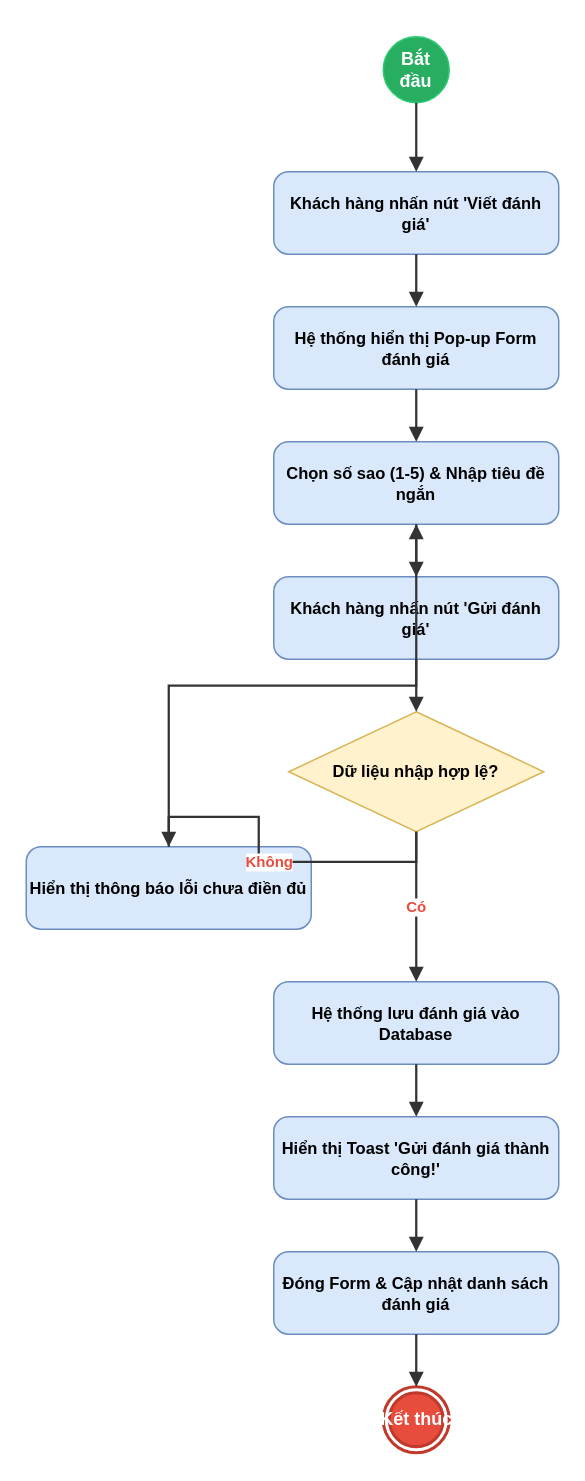
Earlier version of the draw.io diagram bt1.drawio (IT105-K25-Phan-tich-thi-t-k-h-th-ng/bt1ss14). Source tidied: cells renumbered, new cells numbered last; positions are measured from the earlier drawing's top-left corner, leaving out a move shared by most shapes. Both pictures are drawn from the tidied source at 150%, with x=0, y=0 at pixel (26, 36).
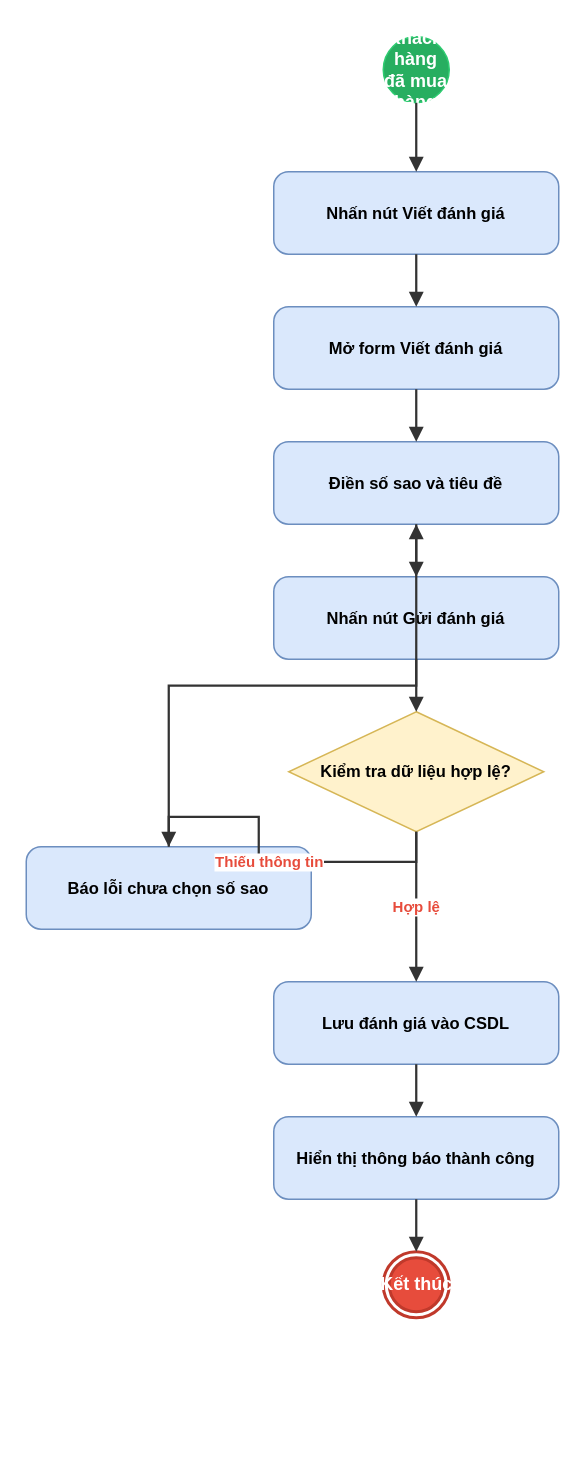
After the change.

What changed in the source:
```diff
@@
-    <mxCell id="2" value="Bắt đầu" style="ellipse;whiteSpace=wrap;html=1;fillColor=#27ae60;strokeColor=#2ecc71;fontColor=#ffffff;fontStyle=1;" parent="1" vertex="1">
+    <mxCell id="2" value="Khách hàng đã mua hàng" style="ellipse;whiteSpace=wrap;html=1;fillColor=#27ae60;strokeColor=#2ecc71;fontColor=#ffffff;fontStyle=1;" parent="1" vertex="1">
       <mxGeometry x="238" width="44" height="44" as="geometry" />
     </mxCell>
-    <mxCell id="3" value="Khách hàng nhấn nút 'Viết đánh giá'" style="rounded=1;whiteSpace=wrap;html=1;fillColor=#dae8fc;strokeColor=#6c8ebf;fontStyle=1;fontSize=11;arcSize=18;" parent="1" vertex="1">
-      <mxGeometry x="165" y="90" width="190" height="55" as="geometry" />
-    </mxCell>
-    <mxCell id="4" value="Hệ thống hiển thị Pop-up Form đánh giá" style="rounded=1;whiteSpace=wrap;html=1;fillColor=#dae8fc;strokeColor=#6c8ebf;fontStyle=1;fontSize=11;arcSize=18;" parent="1" vertex="1">
-      <mxGeometry x="165" y="180" width="190" height="55" as="geometry" />
-    </mxCell>
+    <mxCell id="24" value="Nhấn nút Viết đánh giá" style="rounded=1;whiteSpace=wrap;html=1;fillColor=#dae8fc;strokeColor=#6c8ebf;fontStyle=1;fontSize=11;arcSize=18;" parent="1" vertex="1">
+      <mxGeometry x="165" y="90" width="190" height="55" as="geometry" />
+    </mxCell>
+    <mxCell id="25" value="Mở form Viết đánh giá" style="rounded=1;whiteSpace=wrap;html=1;fillColor=#dae8fc;strokeColor=#6c8ebf;fontStyle=1;fontSize=11;arcSize=18;" parent="1" vertex="1">
+      <mxGeometry x="165" y="180" width="190" height="55" as="geometry" />
+    </mxCell>
-    <mxCell id="5" value="Chọn số sao (1-5) &amp; Nhập tiêu đề ngắn" style="rounded=1;whiteSpace=wrap;html=1;fillColor=#dae8fc;strokeColor=#6c8ebf;fontStyle=1;fontSize=11;arcSize=18;" parent="1" vertex="1">
+    <mxCell id="5" value="Điền số sao và tiêu đề" style="rounded=1;whiteSpace=wrap;html=1;fillColor=#dae8fc;strokeColor=#6c8ebf;fontStyle=1;fontSize=11;arcSize=18;" parent="1" vertex="1">
       <mxGeometry x="165" y="270" width="190" height="55" as="geometry" />
     </mxCell>
-    <mxCell id="6" value="Khách hàng nhấn nút 'Gửi đánh giá'" style="rounded=1;whiteSpace=wrap;html=1;fillColor=#dae8fc;strokeColor=#6c8ebf;fontStyle=1;fontSize=11;arcSize=18;" parent="1" vertex="1">
+    <mxCell id="6" value="Nhấn nút Gửi đánh giá" style="rounded=1;whiteSpace=wrap;html=1;fillColor=#dae8fc;strokeColor=#6c8ebf;fontStyle=1;fontSize=11;arcSize=18;" parent="1" vertex="1">
       <mxGeometry x="165" y="360" width="190" height="55" as="geometry" />
     </mxCell>
-    <mxCell id="7" value="Dữ liệu nhập hợp lệ?" style="rhombus;whiteSpace=wrap;html=1;fillColor=#fff2cc;strokeColor=#d6b656;fontStyle=1;fontSize=11;spacing=2;" parent="1" vertex="1">
-      <mxGeometry x="175" y="450" width="170" height="80" as="geometry" />
-    </mxCell>
-    <mxCell id="8" value="Hiển thị thông báo lỗi chưa điền đủ" style="rounded=1;whiteSpace=wrap;html=1;fillColor=#dae8fc;strokeColor=#6c8ebf;fontStyle=1;fontSize=11;arcSize=18;" parent="1" vertex="1">
-      <mxGeometry y="540" width="190" height="55" as="geometry" />
-    </mxCell>
+    <mxCell id="26" value="Kiểm tra dữ liệu hợp lệ?" style="rhombus;whiteSpace=wrap;html=1;fillColor=#fff2cc;strokeColor=#d6b656;fontStyle=1;fontSize=11;spacing=2;" parent="1" vertex="1">
+      <mxGeometry x="175" y="450" width="170" height="80" as="geometry" />
+    </mxCell>
+    <mxCell id="27" value="Báo lỗi chưa chọn số sao" style="rounded=1;whiteSpace=wrap;html=1;fillColor=#dae8fc;strokeColor=#6c8ebf;fontStyle=1;fontSize=11;arcSize=18;" parent="1" vertex="1">
+      <mxGeometry y="540" width="190" height="55" as="geometry" />
+    </mxCell>
-    <mxCell id="9" value="Hệ thống lưu đánh giá vào Database" style="rounded=1;whiteSpace=wrap;html=1;fillColor=#dae8fc;strokeColor=#6c8ebf;fontStyle=1;fontSize=11;arcSize=18;" parent="1" vertex="1">
+    <mxCell id="9" value="Lưu đánh giá vào CSDL" style="rounded=1;whiteSpace=wrap;html=1;fillColor=#dae8fc;strokeColor=#6c8ebf;fontStyle=1;fontSize=11;arcSize=18;" parent="1" vertex="1">
       <mxGeometry x="165" y="630" width="190" height="55" as="geometry" />
     </mxCell>
-    <mxCell id="10" value="Hiển thị Toast 'Gửi đánh giá thành công!'" style="rounded=1;whiteSpace=wrap;html=1;fillColor=#dae8fc;strokeColor=#6c8ebf;fontStyle=1;fontSize=11;arcSize=18;" parent="1" vertex="1">
-      <mxGeometry x="165" y="720" width="190" height="55" as="geometry" />
-    </mxCell>
-    <mxCell id="11" value="Đóng Form &amp; Cập nhật danh sách đánh giá" style="rounded=1;whiteSpace=wrap;html=1;fillColor=#dae8fc;strokeColor=#6c8ebf;fontStyle=1;fontSize=11;arcSize=18;" parent="1" vertex="1">
-      <mxGeometry x="165" y="810" width="190" height="55" as="geometry" />
-    </mxCell>
+    <mxCell id="28" value="Hiển thị thông báo thành công" style="rounded=1;whiteSpace=wrap;html=1;fillColor=#dae8fc;strokeColor=#6c8ebf;fontStyle=1;fontSize=11;arcSize=18;" parent="1" vertex="1">
+      <mxGeometry x="165" y="720" width="190" height="55" as="geometry" />
+    </mxCell>
     <mxCell id="12" value="Kết thúc" style="ellipse;html=1;shape=endState;fillColor=#e74c3c;strokeColor=#c0392b;strokeWidth=2;fontColor=#ffffff;fontStyle=1;" parent="1" vertex="1">
-      <mxGeometry x="238" y="900" width="44" height="44" as="geometry" />
+      <mxGeometry x="238" y="810" width="44" height="44" as="geometry" />
     </mxCell>
-    <mxCell id="13" style="edgeStyle=orthogonalEdgeStyle;rounded=0;jettySize=auto;html=1;strokeWidth=1.5;strokeColor=#333333;endArrow=block;endFill=1;fontSize=10;fontColor=#e74c3c;fontStyle=1;" parent="1" edge="1" source="2" target="3">
+    <mxCell id="13" style="edgeStyle=orthogonalEdgeStyle;rounded=0;jettySize=auto;html=1;strokeWidth=1.5;strokeColor=#333333;endArrow=block;endFill=1;fontSize=10;fontColor=#e74c3c;fontStyle=1;" parent="1" edge="1" source="2" target="24">
       <mxGeometry relative="1" as="geometry" />
     </mxCell>
-    <mxCell id="14" style="edgeStyle=orthogonalEdgeStyle;rounded=0;jettySize=auto;html=1;strokeWidth=1.5;strokeColor=#333333;endArrow=block;endFill=1;fontSize=10;fontColor=#e74c3c;fontStyle=1;" parent="1" edge="1" source="3" target="4">
+    <mxCell id="14" style="edgeStyle=orthogonalEdgeStyle;rounded=0;jettySize=auto;html=1;strokeWidth=1.5;strokeColor=#333333;endArrow=block;endFill=1;fontSize=10;fontColor=#e74c3c;fontStyle=1;" parent="1" edge="1" source="24" target="25">
       <mxGeometry relative="1" as="geometry" />
     </mxCell>
-    <mxCell id="15" style="edgeStyle=orthogonalEdgeStyle;rounded=0;jettySize=auto;html=1;strokeWidth=1.5;strokeColor=#333333;endArrow=block;endFill=1;fontSize=10;fontColor=#e74c3c;fontStyle=1;" parent="1" edge="1" source="4" target="5">
+    <mxCell id="15" style="edgeStyle=orthogonalEdgeStyle;rounded=0;jettySize=auto;html=1;strokeWidth=1.5;strokeColor=#333333;endArrow=block;endFill=1;fontSize=10;fontColor=#e74c3c;fontStyle=1;" parent="1" edge="1" source="25" target="5">
       <mxGeometry relative="1" as="geometry" />
     </mxCell>
@@
-    <mxCell id="17" style="edgeStyle=orthogonalEdgeStyle;rounded=0;jettySize=auto;html=1;strokeWidth=1.5;strokeColor=#333333;endArrow=block;endFill=1;fontSize=10;fontColor=#e74c3c;fontStyle=1;" parent="1" edge="1" source="6" target="7">
+    <mxCell id="17" style="edgeStyle=orthogonalEdgeStyle;rounded=0;jettySize=auto;html=1;strokeWidth=1.5;strokeColor=#333333;endArrow=block;endFill=1;fontSize=10;fontColor=#e74c3c;fontStyle=1;" parent="1" edge="1" source="6" target="26">
       <mxGeometry relative="1" as="geometry" />
     </mxCell>
-    <mxCell id="18" value="Không" style="edgeStyle=orthogonalEdgeStyle;rounded=0;jettySize=auto;html=1;strokeWidth=1.5;strokeColor=#333333;endArrow=block;endFill=1;fontSize=10;fontColor=#e74c3c;fontStyle=1;" parent="1" edge="1" source="7" target="8">
+    <mxCell id="18" value="Thiếu thông tin" style="edgeStyle=orthogonalEdgeStyle;rounded=0;jettySize=auto;html=1;strokeWidth=1.5;strokeColor=#333333;endArrow=block;endFill=1;fontSize=10;fontColor=#e74c3c;fontStyle=1;" parent="1" edge="1" source="26" target="27">
       <mxGeometry relative="1" as="geometry" />
     </mxCell>
-    <mxCell id="19" style="edgeStyle=orthogonalEdgeStyle;rounded=0;jettySize=auto;html=1;strokeWidth=1.5;strokeColor=#333333;endArrow=block;endFill=1;fontSize=10;fontColor=#e74c3c;fontStyle=1;" parent="1" edge="1" source="8" target="5">
+    <mxCell id="19" style="edgeStyle=orthogonalEdgeStyle;rounded=0;jettySize=auto;html=1;strokeWidth=1.5;strokeColor=#333333;endArrow=block;endFill=1;fontSize=10;fontColor=#e74c3c;fontStyle=1;" parent="1" edge="1" source="27" target="5">
       <mxGeometry relative="1" as="geometry" />
     </mxCell>
-    <mxCell id="20" value="Có" style="edgeStyle=orthogonalEdgeStyle;rounded=0;jettySize=auto;html=1;strokeWidth=1.5;strokeColor=#333333;endArrow=block;endFill=1;fontSize=10;fontColor=#e74c3c;fontStyle=1;" parent="1" edge="1" source="7" target="9">
+    <mxCell id="20" value="Hợp lệ" style="edgeStyle=orthogonalEdgeStyle;rounded=0;jettySize=auto;html=1;strokeWidth=1.5;strokeColor=#333333;endArrow=block;endFill=1;fontSize=10;fontColor=#e74c3c;fontStyle=1;" parent="1" edge="1" source="26" target="9">
       <mxGeometry relative="1" as="geometry" />
     </mxCell>
-    <mxCell id="21" style="edgeStyle=orthogonalEdgeStyle;rounded=0;jettySize=auto;html=1;strokeWidth=1.5;strokeColor=#333333;endArrow=block;endFill=1;fontSize=10;fontColor=#e74c3c;fontStyle=1;" parent="1" edge="1" source="9" target="10">
+    <mxCell id="21" style="edgeStyle=orthogonalEdgeStyle;rounded=0;jettySize=auto;html=1;strokeWidth=1.5;strokeColor=#333333;endArrow=block;endFill=1;fontSize=10;fontColor=#e74c3c;fontStyle=1;" parent="1" edge="1" source="9" target="28">
       <mxGeometry relative="1" as="geometry" />
     </mxCell>
-    <mxCell id="22" style="edgeStyle=orthogonalEdgeStyle;rounded=0;jettySize=auto;html=1;strokeWidth=1.5;strokeColor=#333333;endArrow=block;endFill=1;fontSize=10;fontColor=#e74c3c;fontStyle=1;" parent="1" edge="1" source="10" target="11">
+    <mxCell id="22" style="edgeStyle=orthogonalEdgeStyle;rounded=0;jettySize=auto;html=1;strokeWidth=1.5;strokeColor=#333333;endArrow=block;endFill=1;fontSize=10;fontColor=#e74c3c;fontStyle=1;" parent="1" edge="1" source="28" target="12">
       <mxGeometry relative="1" as="geometry" />
     </mxCell>
-    <mxCell id="23" style="edgeStyle=orthogonalEdgeStyle;rounded=0;jettySize=auto;html=1;strokeWidth=1.5;strokeColor=#333333;endArrow=block;endFill=1;fontSize=10;fontColor=#e74c3c;fontStyle=1;" parent="1" edge="1" source="11" target="12">
-      <mxGeometry relative="1" as="geometry" />
-    </mxCell>
```
